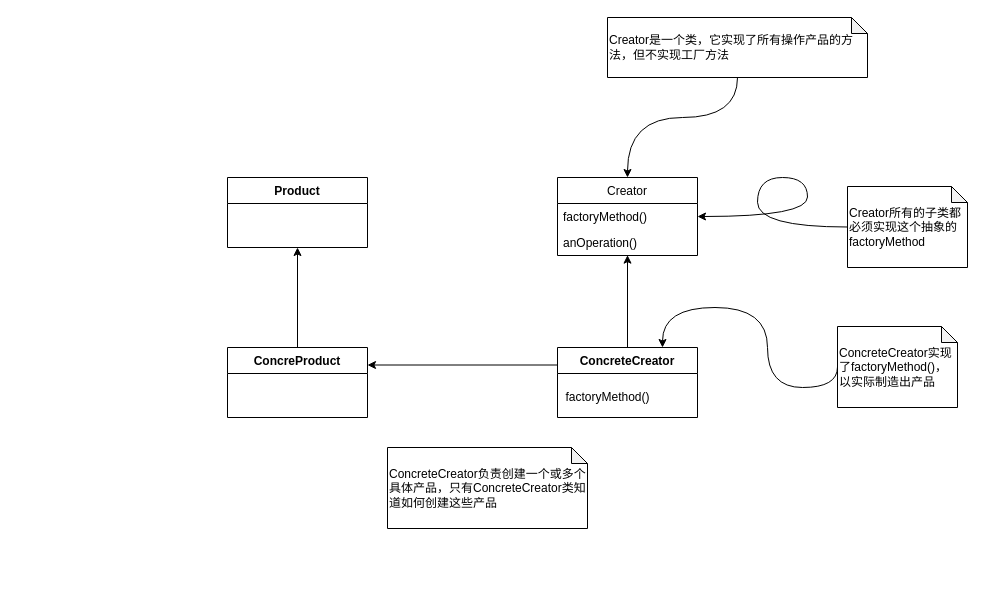
Syske/person-learning-note keeps this draw.io diagram as 图表文件/设计模式/工厂方法模式.drawio. Above is the earlier version. Source tidied: cells renumbered, new cells numbered last; positions are measured from the earlier drawing's top-left corner, leaving out a move shared by most shapes. Both pictures are drawn from the tidied source at 100%, with x=0, y=0 at pixel (227, 17).
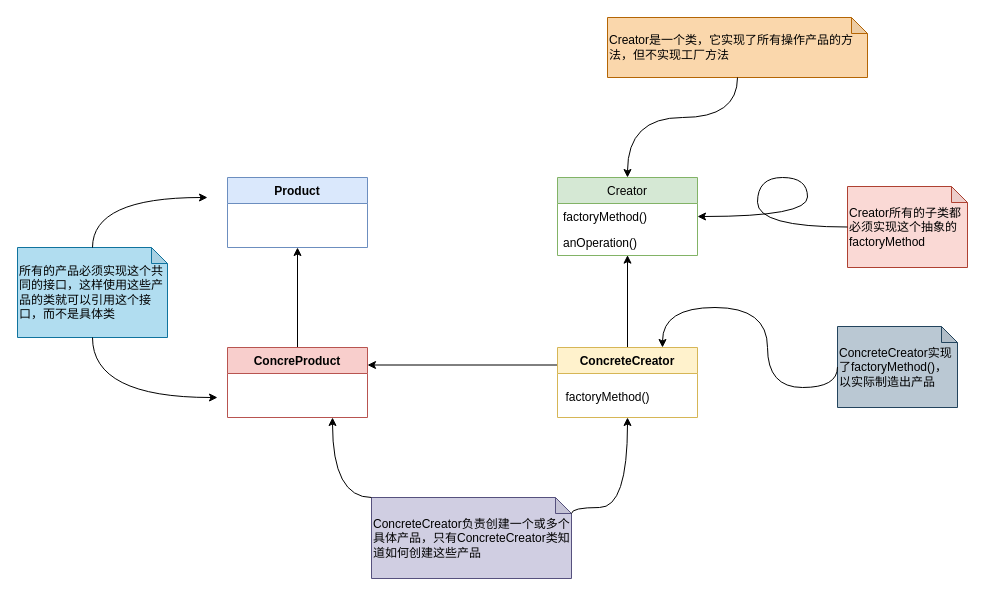
After the change.

Commit message (it also covers changes not shown here):
update note commit by system at 2021-10-22 18:00:01.70

The edit, as a diff of the source:
```diff
@@
-    <mxCell id="2" value="Product" style="swimlane;fontStyle=1;horizontal=1;startSize=26;fillColor=none;" parent="1" vertex="1">
+    <mxCell id="2" value="Product" style="swimlane;fontStyle=1;horizontal=1;startSize=26;fillColor=#dae8fc;strokeColor=#6c8ebf;" parent="1" vertex="1">
       <mxGeometry y="160" width="140" height="70" as="geometry" />
     </mxCell>
@@
-    <mxCell id="4" value="ConcreProduct" style="swimlane;fontStyle=1;horizontal=1;startSize=26;fillColor=none;" parent="1" vertex="1">
+    <mxCell id="4" value="ConcreProduct" style="swimlane;fontStyle=1;horizontal=1;startSize=26;fillColor=#f8cecc;strokeColor=#b85450;" parent="1" vertex="1">
       <mxGeometry y="330" width="140" height="70" as="geometry" />
     </mxCell>
@@
-    <mxCell id="7" value="ConcreteCreator" style="swimlane;fontStyle=1;horizontal=1;startSize=26;fillColor=none;" parent="1" vertex="1">
+    <mxCell id="7" value="ConcreteCreator" style="swimlane;fontStyle=1;horizontal=1;startSize=26;fillColor=#fff2cc;strokeColor=#d6b656;" parent="1" vertex="1">
       <mxGeometry x="330" y="330" width="140" height="70" as="geometry" />
     </mxCell>
@@
-    <mxCell id="9" value="Creator" style="swimlane;fontStyle=0;horizontal=1;startSize=26;fillColor=none;" parent="1" vertex="1">
+    <mxCell id="9" value="Creator" style="swimlane;fontStyle=0;horizontal=1;startSize=26;fillColor=#d5e8d4;strokeColor=#82b366;" parent="1" vertex="1">
       <mxGeometry x="330" y="160" width="140" height="78" as="geometry" />
     </mxCell>
@@
-    <mxCell id="12" value="Creator是一个类，它实现了所有操作产品的方法，但不实现工厂方法" style="shape=note;whiteSpace=wrap;html=1;backgroundOutline=1;darkOpacity=0.05;size=16;align=left;" parent="1" vertex="1">
+    <mxCell id="12" value="Creator是一个类，它实现了所有操作产品的方法，但不实现工厂方法" style="shape=note;whiteSpace=wrap;html=1;backgroundOutline=1;darkOpacity=0.05;size=16;align=left;fillColor=#fad7ac;strokeColor=#b46504;" parent="1" vertex="1">
       <mxGeometry x="380" width="260" height="60" as="geometry" />
     </mxCell>
-    <mxCell id="13" value="Creator所有的子类都必须实现这个抽象的factoryMethod" style="shape=note;whiteSpace=wrap;html=1;backgroundOutline=1;darkOpacity=0.05;size=16;align=left;" parent="1" vertex="1">
+    <mxCell id="13" value="Creator所有的子类都必须实现这个抽象的factoryMethod" style="shape=note;whiteSpace=wrap;html=1;backgroundOutline=1;darkOpacity=0.05;size=16;align=left;fillColor=#fad9d5;strokeColor=#ae4132;" parent="1" vertex="1">
       <mxGeometry x="620" y="169" width="120" height="81" as="geometry" />
     </mxCell>
@@
-    <mxCell id="16" value="ConcreteCreator实现了factoryMethod()，以实际制造出产品" style="shape=note;whiteSpace=wrap;html=1;backgroundOutline=1;darkOpacity=0.05;size=16;align=left;" parent="1" vertex="1">
+    <mxCell id="16" value="ConcreteCreator实现了factoryMethod()，以实际制造出产品" style="shape=note;whiteSpace=wrap;html=1;backgroundOutline=1;darkOpacity=0.05;size=16;align=left;fillColor=#bac8d3;strokeColor=#23445d;" parent="1" vertex="1">
       <mxGeometry x="610" y="309" width="120" height="81" as="geometry" />
     </mxCell>
@@
-    <mxCell id="18" value="ConcreteCreator负责创建一个或多个具体产品，只有ConcreteCreator类知道如何创建这些产品" style="shape=note;whiteSpace=wrap;html=1;backgroundOutline=1;darkOpacity=0.05;size=16;align=left;" parent="1" vertex="1">
-      <mxGeometry x="160" y="430" width="200" height="81" as="geometry" />
+    <mxCell id="18" value="ConcreteCreator负责创建一个或多个具体产品，只有ConcreteCreator类知道如何创建这些产品" style="shape=note;whiteSpace=wrap;html=1;backgroundOutline=1;darkOpacity=0.05;size=16;align=left;fillColor=#d0cee2;strokeColor=#56517e;" parent="1" vertex="1">
+      <mxGeometry x="144" y="480" width="200" height="81" as="geometry" />
     </mxCell>
+    <mxCell id="19" style="curved=1;endArrow=classic;html=1;rounded=0;edgeStyle=orthogonalEdgeStyle;exitX=0;exitY=0;exitDx=0;exitDy=0;exitPerimeter=0;entryX=0.75;entryY=1;entryDx=0;entryDy=0;" parent="1" edge="1" source="18" target="4">
+      <mxGeometry relative="1" as="geometry">
+        <Array as="points">
+          <mxPoint x="105" y="480" />
+        </Array>
+      </mxGeometry>
+    </mxCell>
+    <mxCell id="20" style="curved=1;endArrow=classic;html=1;rounded=0;edgeStyle=orthogonalEdgeStyle;exitX=0;exitY=0;exitDx=200;exitDy=16;exitPerimeter=0;entryX=0.5;entryY=1;entryDx=0;entryDy=0;" parent="1" edge="1" source="18" target="7">
+      <mxGeometry relative="1" as="geometry">
+        <Array as="points">
+          <mxPoint x="344" y="490" />
+          <mxPoint x="400" y="490" />
+        </Array>
+      </mxGeometry>
+    </mxCell>
+    <mxCell id="21" value="所有的产品必须实现这个共同的接口，这样使用这些产品的类就可以引用这个接口，而不是具体类" style="shape=note;whiteSpace=wrap;html=1;backgroundOutline=1;darkOpacity=0.05;size=16;align=left;fillColor=#b1ddf0;strokeColor=#10739e;" parent="1" vertex="1">
+      <mxGeometry x="-210" y="230" width="150" height="90" as="geometry" />
+    </mxCell>
+    <mxCell id="22" style="curved=1;endArrow=classic;html=1;rounded=0;edgeStyle=orthogonalEdgeStyle;exitX=0.5;exitY=0;exitDx=0;exitDy=0;exitPerimeter=0;" parent="1" edge="1" source="21">
+      <mxGeometry relative="1" as="geometry">
+        <mxPoint x="-20" y="180" as="targetPoint" />
+        <Array as="points">
+          <mxPoint x="-135" y="180" />
+        </Array>
+      </mxGeometry>
+    </mxCell>
+    <mxCell id="23" style="curved=1;endArrow=classic;html=1;rounded=0;edgeStyle=orthogonalEdgeStyle;exitX=0.5;exitY=1;exitDx=0;exitDy=0;exitPerimeter=0;" parent="1" edge="1" source="21">
+      <mxGeometry relative="1" as="geometry">
+        <mxPoint x="-10" y="380" as="targetPoint" />
+        <Array as="points">
+          <mxPoint x="-135" y="380" />
+        </Array>
+      </mxGeometry>
+    </mxCell>
```
